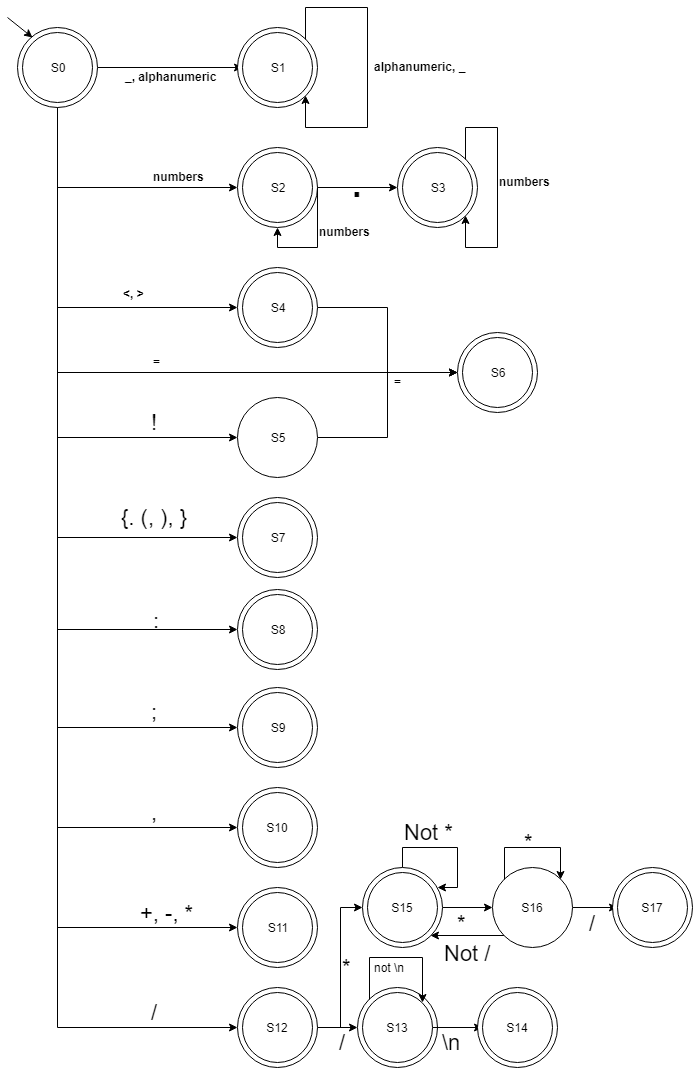
Before: CPS2005_DFA.png, a diagram exported from draw.io (Sean-Powell/CPS2000). Source tidied: cells renumbered, new cells last; positions are measured from the earlier drawing's top-left corner, leaving out a move shared by most shapes.
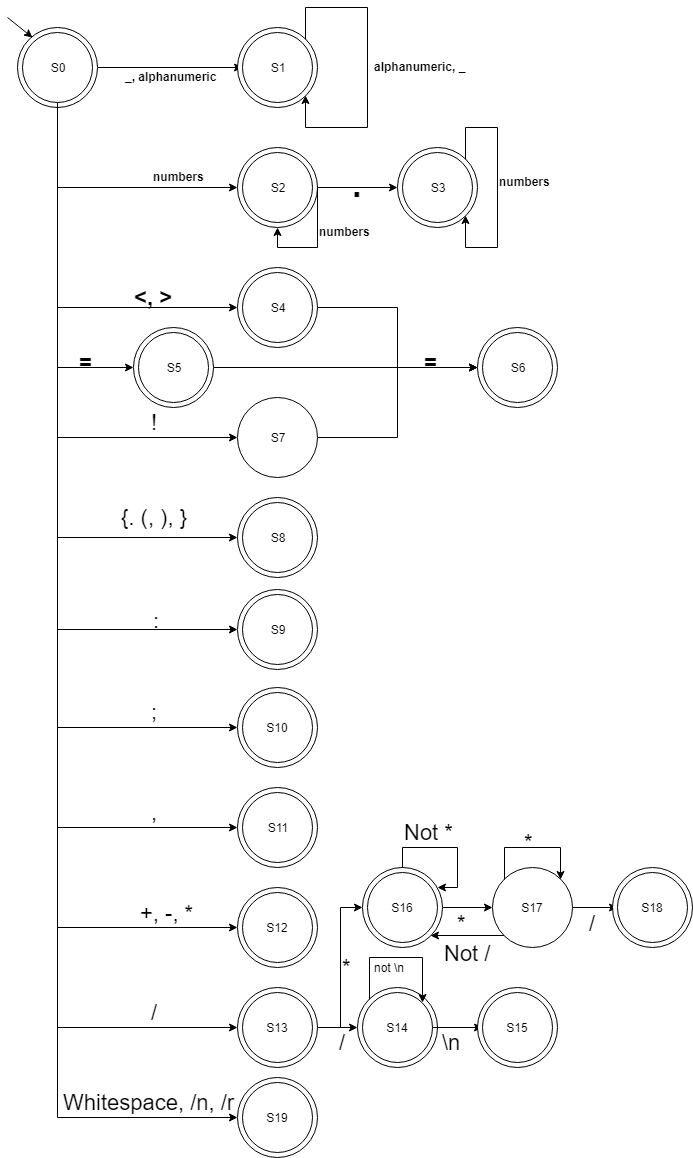
Above is the later version.

Change to the diagram source:
```diff
@@ -11,9 +11,6 @@
     <mxCell id="4" style="edgeStyle=orthogonalEdgeStyle;rounded=0;jettySize=auto;html=1;exitX=0.5;exitY=1;exitDx=0;exitDy=0;entryX=0;entryY=0.5;entryDx=0;entryDy=0;" parent="1" edge="1" source="13" target="21">
       <mxGeometry relative="1" as="geometry" />
     </mxCell>
-    <mxCell id="5" style="edgeStyle=orthogonalEdgeStyle;rounded=0;jettySize=auto;html=1;exitX=0.5;exitY=1;exitDx=0;exitDy=0;entryX=0;entryY=0.5;entryDx=0;entryDy=0;" parent="1" edge="1" source="13" target="23">
-      <mxGeometry relative="1" as="geometry" />
-    </mxCell>
     <mxCell id="6" style="edgeStyle=orthogonalEdgeStyle;rounded=0;jettySize=auto;html=1;exitX=0.5;exitY=1;exitDx=0;exitDy=0;entryX=0;entryY=0.5;entryDx=0;entryDy=0;" parent="1" edge="1" source="13" target="25">
       <mxGeometry relative="1" as="geometry" />
     </mxCell>
@@ -38,6 +35,16 @@
     <mxCell id="13" style="ellipse;whiteSpace=wrap;html=1;" parent="1" vertex="1">
       <mxGeometry x="10" y="20" width="80" height="80" as="geometry" />
     </mxCell>
+    <mxCell id="88" style="edgeStyle=orthogonalEdgeStyle;rounded=0;jettySize=auto;html=1;entryX=0;entryY=0.5;entryDx=0;entryDy=0;" parent="1" edge="1" source="14" target="90">
+      <mxGeometry relative="1" as="geometry">
+        <Array as="points">
+          <mxPoint x="50" y="1110" />
+        </Array>
+      </mxGeometry>
+    </mxCell>
+    <mxCell id="89" style="edgeStyle=orthogonalEdgeStyle;rounded=0;jettySize=auto;html=1;exitX=0.5;exitY=1;exitDx=0;exitDy=0;entryX=0;entryY=0.5;entryDx=0;entryDy=0;" parent="1" edge="1" source="14" target="94">
+      <mxGeometry relative="1" as="geometry" />
+    </mxCell>
     <mxCell id="14" value="S0" style="ellipse;whiteSpace=wrap;html=1;" parent="1" vertex="1">
       <mxGeometry x="15" y="25" width="70" height="70" as="geometry" />
     </mxCell>
@@ -66,33 +73,33 @@
       <mxGeometry x="235" y="265" width="70" height="70" as="geometry" />
     </mxCell>
     <mxCell id="23" style="ellipse;whiteSpace=wrap;html=1;" parent="1" vertex="1">
-      <mxGeometry x="450" y="325" width="80" height="80" as="geometry" />
+      <mxGeometry x="470" y="320" width="80" height="80" as="geometry" />
     </mxCell>
-    <mxCell id="24" value="S6" style="ellipse;whiteSpace=wrap;html=1;" parent="1" vertex="1">
-      <mxGeometry x="455" y="330" width="70" height="70" as="geometry" />
+    <mxCell id="24" value="S6&lt;br&gt;" style="ellipse;whiteSpace=wrap;html=1;" parent="1" vertex="1">
+      <mxGeometry x="475" y="325" width="70" height="70" as="geometry" />
     </mxCell>
     <mxCell id="25" style="ellipse;whiteSpace=wrap;html=1;" parent="1" vertex="1">
       <mxGeometry x="230" y="490" width="80" height="80" as="geometry" />
     </mxCell>
-    <mxCell id="26" value="S7" style="ellipse;whiteSpace=wrap;html=1;" parent="1" vertex="1">
+    <mxCell id="26" value="S8&lt;br&gt;" style="ellipse;whiteSpace=wrap;html=1;" parent="1" vertex="1">
       <mxGeometry x="235" y="495" width="70" height="70" as="geometry" />
     </mxCell>
     <mxCell id="27" style="ellipse;whiteSpace=wrap;html=1;" parent="1" vertex="1">
       <mxGeometry x="230" y="582" width="80" height="80" as="geometry" />
     </mxCell>
-    <mxCell id="28" value="S8" style="ellipse;whiteSpace=wrap;html=1;" parent="1" vertex="1">
+    <mxCell id="28" value="S9" style="ellipse;whiteSpace=wrap;html=1;" parent="1" vertex="1">
       <mxGeometry x="235" y="587" width="70" height="70" as="geometry" />
     </mxCell>
     <mxCell id="29" style="ellipse;whiteSpace=wrap;html=1;" parent="1" vertex="1">
       <mxGeometry x="230" y="680" width="80" height="80" as="geometry" />
     </mxCell>
-    <mxCell id="30" value="S9" style="ellipse;whiteSpace=wrap;html=1;" parent="1" vertex="1">
+    <mxCell id="30" value="S10" style="ellipse;whiteSpace=wrap;html=1;" parent="1" vertex="1">
       <mxGeometry x="235" y="685" width="70" height="70" as="geometry" />
     </mxCell>
     <mxCell id="31" style="ellipse;whiteSpace=wrap;html=1;" parent="1" vertex="1">
       <mxGeometry x="230" y="780" width="80" height="80" as="geometry" />
     </mxCell>
-    <mxCell id="32" value="S10" style="ellipse;whiteSpace=wrap;html=1;" parent="1" vertex="1">
+    <mxCell id="32" value="S11" style="ellipse;whiteSpace=wrap;html=1;" parent="1" vertex="1">
       <mxGeometry x="235" y="785" width="70" height="70" as="geometry" />
     </mxCell>
     <mxCell id="33" style="edgeStyle=orthogonalEdgeStyle;rounded=0;orthogonalLoop=1;jettySize=auto;html=1;exitX=1;exitY=0;exitDx=0;exitDy=0;entryX=1;entryY=1;entryDx=0;entryDy=0;" parent="1" edge="1" source="15" target="15">
@@ -125,13 +132,13 @@
     <mxCell id="38" style="edgeStyle=orthogonalEdgeStyle;rounded=0;jettySize=auto;html=1;exitX=1;exitY=0.5;exitDx=0;exitDy=0;entryX=0;entryY=0.5;entryDx=0;entryDy=0;" parent="1" edge="1" source="39" target="23">
       <mxGeometry relative="1" as="geometry" />
     </mxCell>
-    <mxCell id="39" value="S5" style="ellipse;whiteSpace=wrap;html=1;" parent="1" vertex="1">
+    <mxCell id="39" value="S7" style="ellipse;whiteSpace=wrap;html=1;" parent="1" vertex="1">
       <mxGeometry x="230" y="390" width="80" height="80" as="geometry" />
     </mxCell>
     <mxCell id="40" style="ellipse;whiteSpace=wrap;html=1;" parent="1" vertex="1">
       <mxGeometry x="230" y="880" width="80" height="80" as="geometry" />
     </mxCell>
-    <mxCell id="41" value="S11" style="ellipse;whiteSpace=wrap;html=1;" parent="1" vertex="1">
+    <mxCell id="41" value="S12" style="ellipse;whiteSpace=wrap;html=1;" parent="1" vertex="1">
       <mxGeometry x="235" y="885" width="70" height="70" as="geometry" />
     </mxCell>
     <mxCell id="42" style="edgeStyle=orthogonalEdgeStyle;rounded=0;jettySize=auto;html=1;exitX=1;exitY=0.5;exitDx=0;exitDy=0;entryX=0;entryY=0.5;entryDx=0;entryDy=0;" parent="1" edge="1" source="44" target="63">
@@ -143,7 +150,7 @@
     <mxCell id="44" style="ellipse;whiteSpace=wrap;html=1;" parent="1" vertex="1">
       <mxGeometry x="230" y="980" width="80" height="80" as="geometry" />
     </mxCell>
-    <mxCell id="45" value="S12" style="ellipse;whiteSpace=wrap;html=1;" parent="1" vertex="1">
+    <mxCell id="45" value="S13&lt;br&gt;" style="ellipse;whiteSpace=wrap;html=1;" parent="1" vertex="1">
       <mxGeometry x="235" y="985" width="70" height="70" as="geometry" />
     </mxCell>
     <mxCell id="46" style="endArrow=classic;html=1;" parent="1" edge="1">
@@ -170,14 +177,14 @@
     <mxCell id="52" value="&lt;b&gt;numbers&lt;br&gt;&lt;/b&gt;&lt;br&gt;" style="text;html=1;align=left;verticalAlign=top;spacingTop=-4;" parent="1" vertex="1">
       <mxGeometry x="490" y="165" width="70" height="30" as="geometry" />
     </mxCell>
-    <mxCell id="53" value="&lt;b&gt;&amp;lt;, &amp;gt;&lt;/b&gt;" style="text;html=1;align=left;verticalAlign=top;spacingTop=-4;" parent="1" vertex="1">
-      <mxGeometry x="114" y="277" width="40" height="20" as="geometry" />
+    <mxCell id="53" value="&lt;b&gt;&lt;font style=&quot;font-size: 22px&quot;&gt;&amp;nbsp;&amp;lt;, &amp;gt;&lt;/font&gt;&lt;/b&gt;" style="text;html=1;align=left;verticalAlign=top;spacingTop=-4;" parent="1" vertex="1">
+      <mxGeometry x="119" y="275" width="60" height="20" as="geometry" />
     </mxCell>
-    <mxCell id="54" value="&lt;b&gt;=&lt;/b&gt;" style="text;html=1;align=left;verticalAlign=top;spacingTop=-4;" parent="1" vertex="1">
-      <mxGeometry x="144" y="345" width="20" height="20" as="geometry" />
+    <mxCell id="54" value="&lt;b&gt;&lt;font style=&quot;font-size: 22px&quot;&gt;=&lt;/font&gt;&lt;/b&gt;" style="text;html=1;align=left;verticalAlign=top;spacingTop=-4;" parent="1" vertex="1">
+      <mxGeometry x="70" y="340" width="30" height="20" as="geometry" />
     </mxCell>
-    <mxCell id="55" value="&lt;b&gt;=&lt;/b&gt;" style="text;html=1;align=left;verticalAlign=top;spacingTop=-4;" parent="1" vertex="1">
-      <mxGeometry x="385" y="365" width="20" height="20" as="geometry" />
+    <mxCell id="55" value="&lt;b&gt;&lt;font style=&quot;font-size: 22px&quot;&gt;=&lt;/font&gt;&lt;/b&gt;" style="text;html=1;align=left;verticalAlign=top;spacingTop=-4;" parent="1" vertex="1">
+      <mxGeometry x="415" y="340" width="30" height="20" as="geometry" />
     </mxCell>
     <mxCell id="56" value="&lt;font style=&quot;font-size: 22px&quot;&gt;!&lt;/font&gt;&lt;br&gt;" style="text;html=1;align=left;verticalAlign=top;spacingTop=-4;" parent="1" vertex="1">
       <mxGeometry x="142" y="400" width="20" height="20" as="geometry" />
@@ -206,13 +213,13 @@
     <mxCell id="64" style="edgeStyle=orthogonalEdgeStyle;rounded=0;jettySize=auto;html=1;" parent="1" edge="1" source="65" target="67">
       <mxGeometry relative="1" as="geometry" />
     </mxCell>
-    <mxCell id="65" value="S13" style="ellipse;whiteSpace=wrap;html=1;" parent="1" vertex="1">
+    <mxCell id="65" value="S14" style="ellipse;whiteSpace=wrap;html=1;" parent="1" vertex="1">
       <mxGeometry x="355" y="985" width="70" height="70" as="geometry" />
     </mxCell>
     <mxCell id="66" style="ellipse;whiteSpace=wrap;html=1;" parent="1" vertex="1">
       <mxGeometry x="470" y="980" width="80" height="80" as="geometry" />
     </mxCell>
-    <mxCell id="67" value="S14" style="ellipse;whiteSpace=wrap;html=1;" parent="1" vertex="1">
+    <mxCell id="67" value="S15" style="ellipse;whiteSpace=wrap;html=1;" parent="1" vertex="1">
       <mxGeometry x="475" y="985" width="70" height="70" as="geometry" />
     </mxCell>
     <mxCell id="68" style="edgeStyle=orthogonalEdgeStyle;rounded=0;jettySize=auto;html=1;exitX=1;exitY=0.5;exitDx=0;exitDy=0;entryX=0;entryY=0.5;entryDx=0;entryDy=0;" parent="1" edge="1" source="70" target="74">
@@ -224,7 +231,7 @@
     <mxCell id="70" style="ellipse;whiteSpace=wrap;html=1;" parent="1" vertex="1">
       <mxGeometry x="355" y="860" width="80" height="80" as="geometry" />
     </mxCell>
-    <mxCell id="71" value="S15&lt;br&gt;" style="ellipse;whiteSpace=wrap;html=1;" parent="1" vertex="1">
+    <mxCell id="71" value="S16&lt;br&gt;" style="ellipse;whiteSpace=wrap;html=1;" parent="1" vertex="1">
       <mxGeometry x="360" y="865" width="70" height="70" as="geometry" />
     </mxCell>
     <mxCell id="72" style="edgeStyle=orthogonalEdgeStyle;rounded=0;jettySize=auto;html=1;exitX=1;exitY=0.5;exitDx=0;exitDy=0;" parent="1" edge="1" source="74">
@@ -235,13 +242,13 @@
     <mxCell id="73" style="edgeStyle=orthogonalEdgeStyle;rounded=0;jettySize=auto;html=1;exitX=0;exitY=1;exitDx=0;exitDy=0;entryX=1;entryY=1;entryDx=0;entryDy=0;" parent="1" edge="1" source="74" target="70">
       <mxGeometry relative="1" as="geometry" />
     </mxCell>
-    <mxCell id="74" value="S16" style="ellipse;whiteSpace=wrap;html=1;" parent="1" vertex="1">
+    <mxCell id="74" value="S17" style="ellipse;whiteSpace=wrap;html=1;" parent="1" vertex="1">
       <mxGeometry x="485" y="860" width="80" height="80" as="geometry" />
     </mxCell>
     <mxCell id="75" style="ellipse;whiteSpace=wrap;html=1;" parent="1" vertex="1">
       <mxGeometry x="605" y="860" width="80" height="80" as="geometry" />
     </mxCell>
-    <mxCell id="76" value="S17" style="ellipse;whiteSpace=wrap;html=1;" parent="1" vertex="1">
+    <mxCell id="76" value="S18" style="ellipse;whiteSpace=wrap;html=1;" parent="1" vertex="1">
       <mxGeometry x="610" y="865" width="70" height="70" as="geometry" />
     </mxCell>
     <mxCell id="77" value="&lt;font style=&quot;font-size: 22px&quot;&gt;/&lt;/font&gt;" style="text;html=1;align=left;verticalAlign=top;spacingTop=-4;" parent="1" vertex="1">
@@ -287,5 +294,23 @@
     <mxCell id="87" value="&lt;font style=&quot;font-size: 22px&quot;&gt;*&lt;/font&gt;" style="text;html=1;align=left;verticalAlign=top;spacingTop=-4;" parent="1" vertex="1">
       <mxGeometry x="515" y="820" width="20" height="20" as="geometry" />
     </mxCell>
+    <mxCell id="90" style="ellipse;whiteSpace=wrap;html=1;" parent="1" vertex="1">
+      <mxGeometry x="230" y="1070" width="80" height="80" as="geometry" />
+    </mxCell>
+    <mxCell id="91" value="S19" style="ellipse;whiteSpace=wrap;html=1;" parent="1" vertex="1">
+      <mxGeometry x="235" y="1075" width="70" height="70" as="geometry" />
+    </mxCell>
+    <mxCell id="92" value="&lt;font style=&quot;font-size: 22px&quot;&gt;Whitespace, /n, /r&lt;/font&gt;" style="text;html=1;align=left;verticalAlign=top;spacingTop=-4;" parent="1" vertex="1">
+      <mxGeometry x="54" y="1080" width="190" height="20" as="geometry" />
+    </mxCell>
+    <mxCell id="93" style="edgeStyle=orthogonalEdgeStyle;rounded=0;jettySize=auto;html=1;exitX=1;exitY=0.5;exitDx=0;exitDy=0;entryX=0;entryY=0.5;entryDx=0;entryDy=0;" parent="1" edge="1" source="94" target="23">
+      <mxGeometry relative="1" as="geometry" />
+    </mxCell>
+    <mxCell id="94" style="ellipse;whiteSpace=wrap;html=1;" parent="1" vertex="1">
+      <mxGeometry x="126" y="320" width="80" height="80" as="geometry" />
+    </mxCell>
+    <mxCell id="95" value="S5" style="ellipse;whiteSpace=wrap;html=1;" parent="1" vertex="1">
+      <mxGeometry x="131" y="325" width="70" height="70" as="geometry" />
+    </mxCell>
   </root>
 </mxGraphModel>
```
